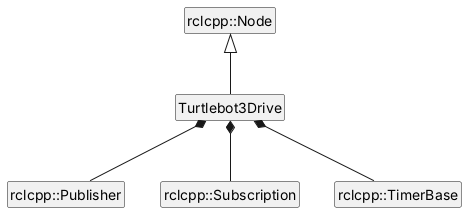
Above: diagrams/uml_class_diagram.png in D-afk-coder/project-task1 (PlantUML), before the change. Its diagram source:
```plantuml
@startuml
skinparam classAttributeIconSize 0
skinparam style strictuml
hide empty members

class Turtlebot3Drive
class "rclcpp::Node" as Node
class "rclcpp::Publisher" as Publisher
class "rclcpp::Subscription" as Subscription
class "rclcpp::TimerBase" as TimerBase

Turtlebot3Drive -up-|> Node
Publisher -up-* Turtlebot3Drive
Subscription -up-* Turtlebot3Drive
TimerBase -up-* Turtlebot3Drive
@enduml
```
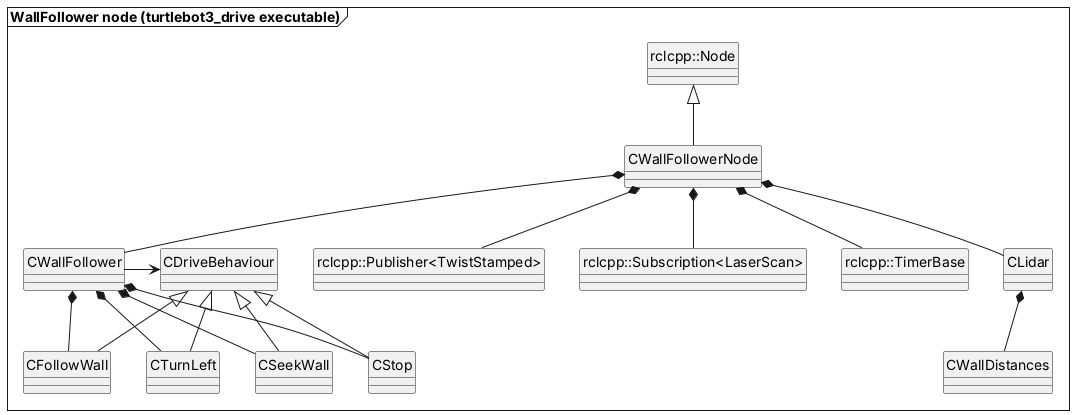
Above is the later version.

Commit message:
Update README and diagrams for the refactored structure

Change to the diagram source:
```diff
@@ -1,16 +1,42 @@
 @startuml
 skinparam classAttributeIconSize 0
 skinparam style strictuml
-hide empty members
+skinparam genericDisplay old
 
-class Turtlebot3Drive
-class "rclcpp::Node" as Node
-class "rclcpp::Publisher" as Publisher
-class "rclcpp::Subscription" as Subscription
-class "rclcpp::TimerBase" as TimerBase
+package "WallFollower node (turtlebot3_drive executable)" <<Frame>> {
 
-Turtlebot3Drive -up-|> Node
-Publisher -up-* Turtlebot3Drive
-Subscription -up-* Turtlebot3Drive
-TimerBase -up-* Turtlebot3Drive
+  class "rclcpp::Node" as Node
+  class "rclcpp::Publisher<TwistStamped>" as Publisher
+  class "rclcpp::Subscription<LaserScan>" as Subscription
+  class "rclcpp::TimerBase" as TimerBase
+
+  class CWallFollowerNode
+  class CLidar
+  class CWallDistances
+  class CWallFollower
+  class CDriveBehaviour
+  class CFollowWall
+  class CTurnLeft
+  class CSeekWall
+  class CStop
+
+  CWallFollowerNode -up-|> Node
+  CFollowWall -up-|> CDriveBehaviour
+  CTurnLeft -up-|> CDriveBehaviour
+  CSeekWall -up-|> CDriveBehaviour
+  CStop -up-|> CDriveBehaviour
+
+  CWallFollowerNode *-- Publisher
+  CWallFollowerNode *-- Subscription
+  CWallFollowerNode *-- TimerBase
+  CWallFollowerNode *-- CLidar
+  CWallFollowerNode *-- CWallFollower
+  CLidar *-- CWallDistances
+  CWallFollower *-- CFollowWall
+  CWallFollower *-- CTurnLeft
+  CWallFollower *-- CSeekWall
+  CWallFollower *-- CStop
+
+  CWallFollower -right-> CDriveBehaviour
+}
 @enduml
```
